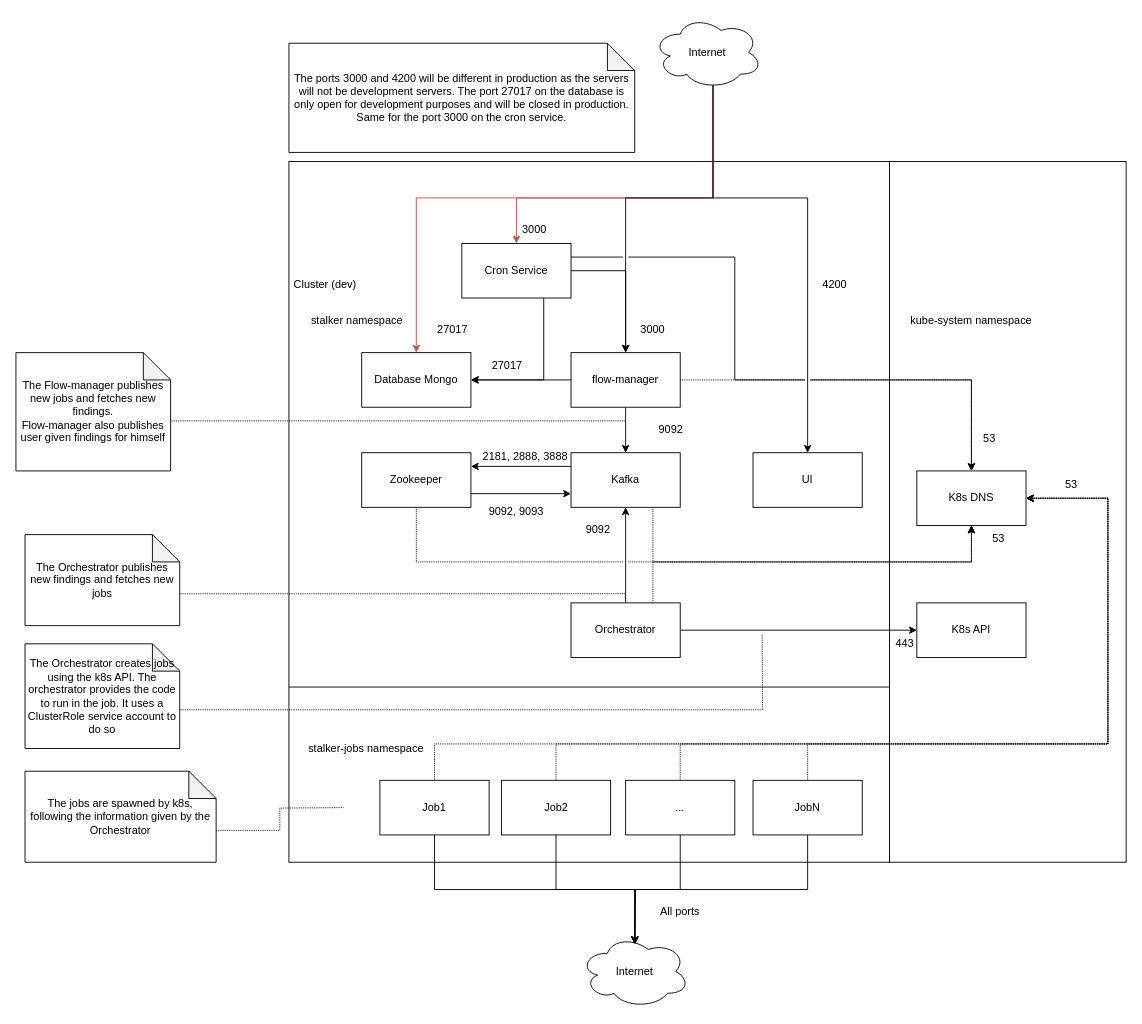
red-kite-solutions/stalker keeps this draw.io diagram as docs/dev_network_architecture.drawio.xml. Above is the earlier version. Source tidied: cells renumbered, new cells numbered last; positions are measured from the earlier drawing's top-left corner, leaving out a move shared by most shapes. Both pictures are drawn from the tidied source at 91%, with x=0, y=0 at pixel (15, 15).
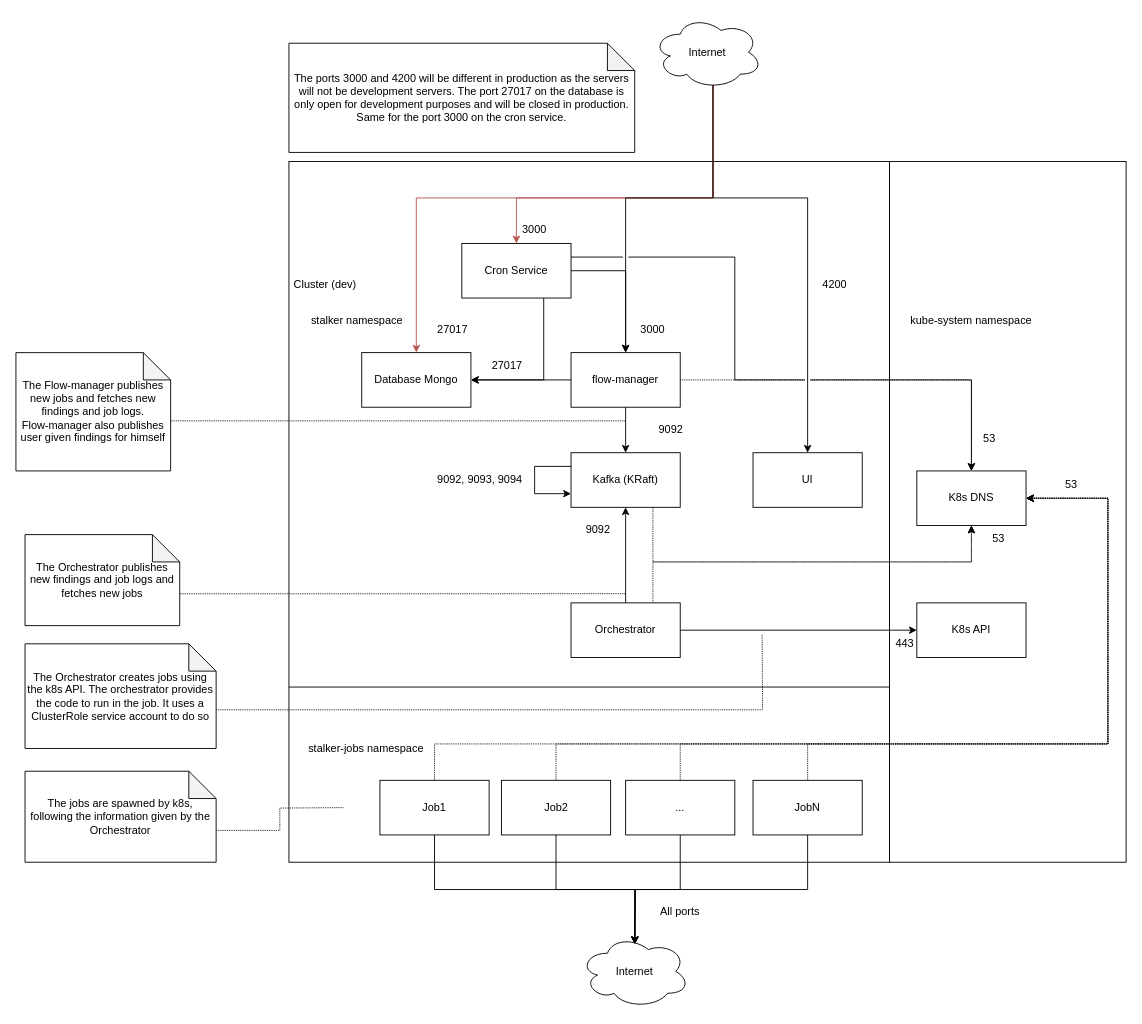
After the change.

The change refers to these unchanged cells:
```xml
<mxCell id="21" value="K8s DNS" style="rounded=0;whiteSpace=wrap;html=1;" parent="1" vertex="1">
  <mxGeometry x="990" y="500" width="120" height="60" as="geometry" />
</mxCell>
```

Change to the diagram source:
```diff
@@
-    <mxCell id="10" style="edgeStyle=orthogonalEdgeStyle;rounded=0;jettySize=auto;html=1;exitX=0;exitY=0.25;exitDx=0;exitDy=0;entryX=1;entryY=0.25;entryDx=0;entryDy=0;startArrow=none;startFill=0;" parent="1" edge="1" source="13" target="43">
-      <mxGeometry relative="1" as="geometry" />
-    </mxCell>
@@
-    <mxCell id="13" value="Kafka" style="rounded=0;whiteSpace=wrap;html=1;" parent="1" vertex="1">
+    <mxCell id="13" value="Kafka (KRaft)" style="rounded=0;whiteSpace=wrap;html=1;" parent="1" vertex="1">
       <mxGeometry x="610" y="480" width="120" height="60" as="geometry" />
     </mxCell>
@@
-    <mxCell id="41" style="edgeStyle=orthogonalEdgeStyle;rounded=0;jettySize=auto;html=1;exitX=1;exitY=0.75;exitDx=0;exitDy=0;entryX=0;entryY=0.75;entryDx=0;entryDy=0;startArrow=none;startFill=0;" parent="1" edge="1" source="43" target="13">
-      <mxGeometry relative="1" as="geometry" />
+    <mxCell id="41" style="edgeStyle=orthogonalEdgeStyle;rounded=0;orthogonalLoop=1;jettySize=auto;html=1;exitX=0;exitY=0.25;exitDx=0;exitDy=0;entryX=0;entryY=0.75;entryDx=0;entryDy=0;startArrow=none;startFill=0;" parent="1" edge="1" source="13" target="13">
+      <mxGeometry relative="1" as="geometry">
+        <Array as="points">
+          <mxPoint x="570" y="495" />
+          <mxPoint x="570" y="525" />
+        </Array>
+      </mxGeometry>
     </mxCell>
-    <mxCell id="42" style="edgeStyle=orthogonalEdgeStyle;rounded=0;jettySize=auto;html=1;exitX=0.5;exitY=1;exitDx=0;exitDy=0;entryX=0.5;entryY=1;entryDx=0;entryDy=0;startArrow=none;startFill=0;dashed=1;dashPattern=1 1;jumpStyle=gap;" parent="1" edge="1" source="43" target="21">
-      <mxGeometry relative="1" as="geometry">
-        <Array as="points">
-          <mxPoint x="440" y="600" />
-          <mxPoint x="1050" y="600" />
-        </Array>
-      </mxGeometry>
-    </mxCell>
-    <mxCell id="43" value="Zookeeper" style="rounded=0;whiteSpace=wrap;html=1;" parent="1" vertex="1">
-      <mxGeometry x="380" y="480" width="120" height="60" as="geometry" />
-    </mxCell>
-    <mxCell id="44" value="2181, 2888, 3888" style="text;html=1;strokeColor=none;fillColor=none;align=center;verticalAlign=middle;whiteSpace=wrap;rounded=0;" parent="1" vertex="1">
-      <mxGeometry x="510" y="470" width="100" height="30" as="geometry" />
-    </mxCell>
-    <mxCell id="45" value="9092, 9093" style="text;html=1;strokeColor=none;fillColor=none;align=center;verticalAlign=middle;whiteSpace=wrap;rounded=0;" parent="1" vertex="1">
-      <mxGeometry x="510" y="530" width="80" height="30" as="geometry" />
+    <mxCell id="45" value="9092, 9093, 9094" style="text;html=1;strokeColor=none;fillColor=none;align=center;verticalAlign=middle;whiteSpace=wrap;rounded=0;" parent="1" vertex="1">
+      <mxGeometry x="460" y="495" width="100" height="30" as="geometry" />
     </mxCell>
@@
-    <mxCell id="59" value="The Flow-manager publishes new jobs and fetches new findings.&lt;br&gt;Flow-manager also publishes user given findings for himself" style="shape=note;whiteSpace=wrap;html=1;backgroundOutline=1;darkOpacity=0.05;" parent="1" vertex="1">
+    <mxCell id="59" value="The Flow-manager publishes new jobs and fetches new findings and job logs.&lt;br&gt;Flow-manager also publishes user given findings for himself" style="shape=note;whiteSpace=wrap;html=1;backgroundOutline=1;darkOpacity=0.05;" parent="1" vertex="1">
       <mxGeometry y="370" width="170" height="130" as="geometry" />
     </mxCell>
@@
-    <mxCell id="61" value="The Orchestrator publishes new findings and fetches new jobs" style="shape=note;whiteSpace=wrap;html=1;backgroundOutline=1;darkOpacity=0.05;" parent="1" vertex="1">
+    <mxCell id="61" value="The Orchestrator publishes new findings and job logs and fetches new jobs" style="shape=note;whiteSpace=wrap;html=1;backgroundOutline=1;darkOpacity=0.05;" parent="1" vertex="1">
       <mxGeometry x="10" y="570" width="170" height="100" as="geometry" />
     </mxCell>
@@
     <mxCell id="63" value="The Orchestrator creates jobs using the k8s API. The orchestrator provides the code to run in the job. It uses a ClusterRole service account to do so" style="shape=note;whiteSpace=wrap;html=1;backgroundOutline=1;darkOpacity=0.05;" parent="1" vertex="1">
-      <mxGeometry x="10" y="690" width="170" height="115" as="geometry" />
+      <mxGeometry x="10" y="690" width="210" height="115" as="geometry" />
     </mxCell>
```
